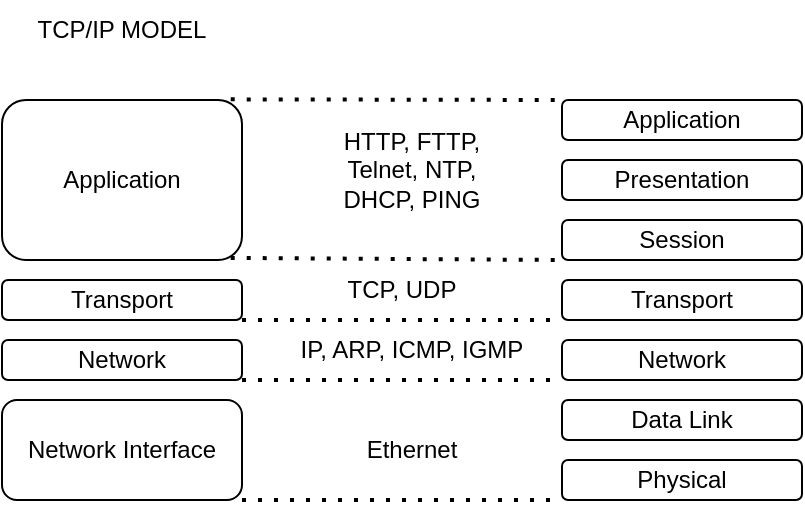
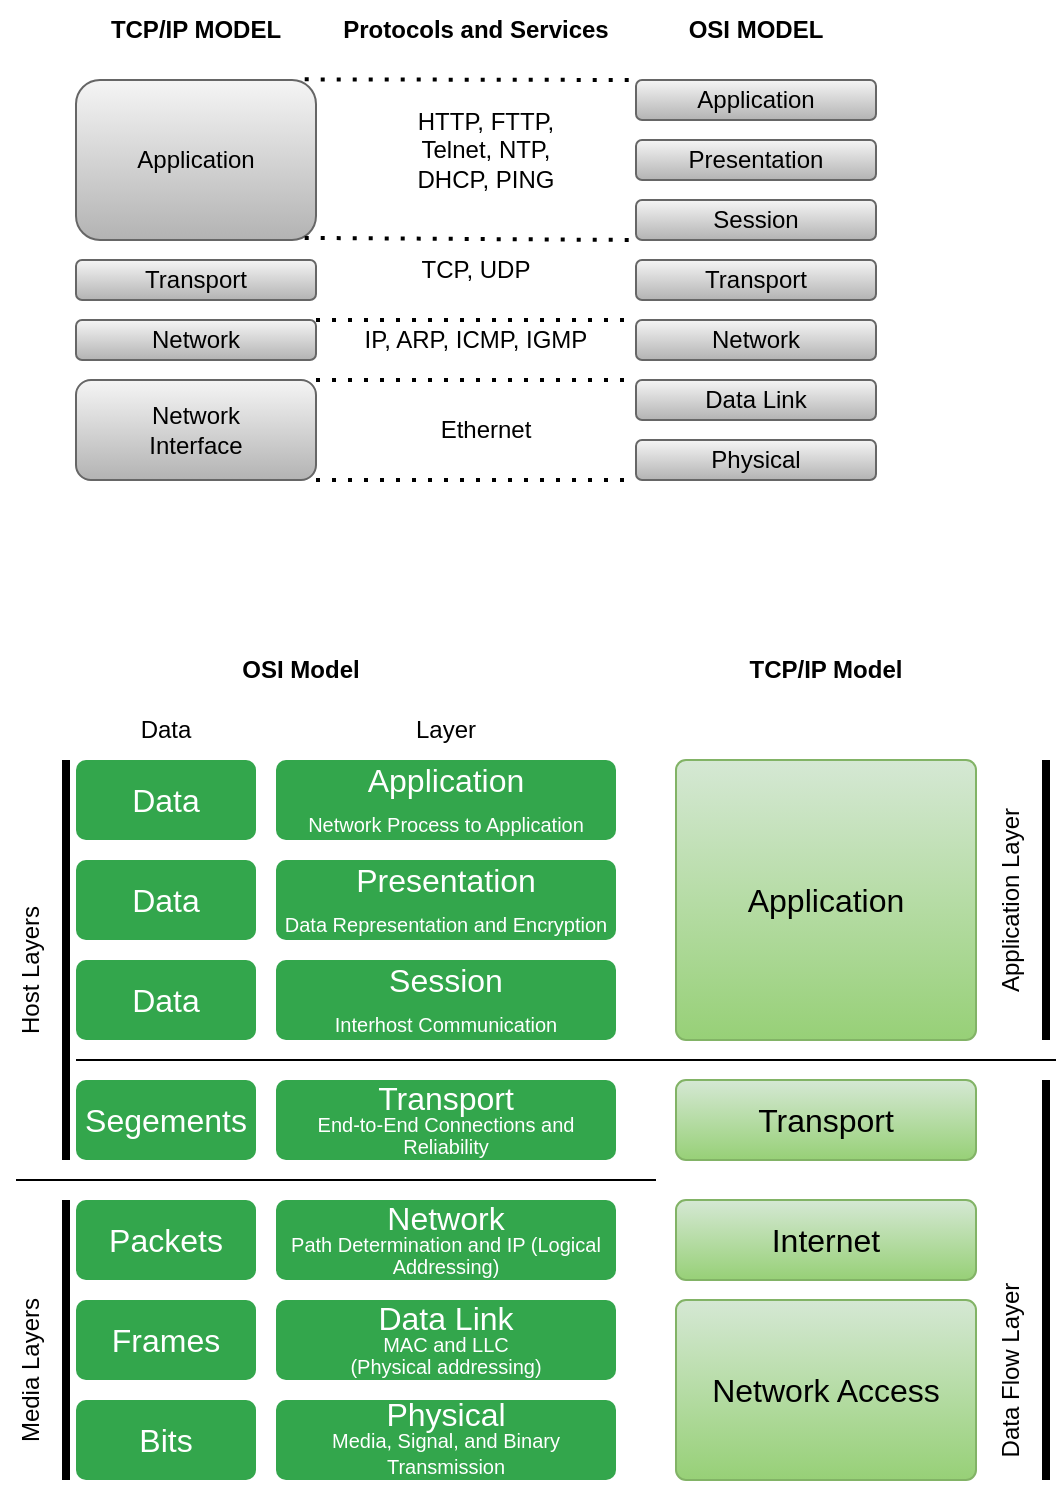
<mxfile host="app.diagrams.net">
  <diagram name="Page-1" id="wIWzl-vwFekZsLy9Qfz1">
    <mxGraphModel dx="683" dy="710" grid="1" gridSize="10" guides="1" tooltips="1" connect="1" arrows="1" fold="1" page="1" pageScale="1" pageWidth="850" pageHeight="1100" math="0" shadow="0">
      <root>
        <mxCell id="0" />
        <mxCell id="1" parent="0" />
-         <mxCell id="CW5kERHORuJ4_wIr6JIk-4" parent="1" style="text;html=1;whiteSpace=wrap;strokeColor=none;fillColor=none;align=center;verticalAlign=middle;rounded=0;" value="TCP/IP MODEL" vertex="1">
-           <mxGeometry height="30" width="100" x="80" y="40" as="geometry" />
+         <mxCell id="CW5kERHORuJ4_wIr6JIk-4" parent="1" style="text;html=1;whiteSpace=wrap;strokeColor=none;fillColor=none;align=center;verticalAlign=middle;rounded=0;fontStyle=1" value="TCP/IP MODEL" vertex="1">
+           <mxGeometry height="30" width="100" x="80" y="50" as="geometry" />
        </mxCell>
-         <mxCell id="CW5kERHORuJ4_wIr6JIk-5" parent="1" style="rounded=1;whiteSpace=wrap;html=1;" value="Application" vertex="1">
+         <mxCell id="CW5kERHORuJ4_wIr6JIk-5" parent="1" style="rounded=1;whiteSpace=wrap;html=1;fillColor=#f5f5f5;gradientColor=#b3b3b3;strokeColor=#666666;" value="Application" vertex="1">
          <mxGeometry height="80" width="120" x="70" y="90" as="geometry" />
        </mxCell>
-         <mxCell id="CW5kERHORuJ4_wIr6JIk-6" parent="1" style="rounded=1;whiteSpace=wrap;html=1;" value="Transport" vertex="1">
+         <mxCell id="CW5kERHORuJ4_wIr6JIk-6" parent="1" style="rounded=1;whiteSpace=wrap;html=1;fillColor=#f5f5f5;gradientColor=#b3b3b3;strokeColor=#666666;" value="Transport" vertex="1">
          <mxGeometry height="20" width="120" x="70" y="180" as="geometry" />
        </mxCell>
-         <mxCell id="CW5kERHORuJ4_wIr6JIk-7" parent="1" style="rounded=1;whiteSpace=wrap;html=1;" value="Network" vertex="1">
+         <mxCell id="CW5kERHORuJ4_wIr6JIk-7" parent="1" style="rounded=1;whiteSpace=wrap;html=1;fillColor=#f5f5f5;gradientColor=#b3b3b3;strokeColor=#666666;" value="Network" vertex="1">
          <mxGeometry height="20" width="120" x="70" y="210" as="geometry" />
        </mxCell>
-         <mxCell id="CW5kERHORuJ4_wIr6JIk-8" parent="1" style="rounded=1;whiteSpace=wrap;html=1;" value="Network Interface" vertex="1">
+         <mxCell id="CW5kERHORuJ4_wIr6JIk-8" parent="1" style="rounded=1;whiteSpace=wrap;html=1;fillColor=#f5f5f5;gradientColor=#b3b3b3;strokeColor=#666666;" value="Network&lt;div&gt;Interface&lt;/div&gt;" vertex="1">
          <mxGeometry height="50" width="120" x="70" y="240" as="geometry" />
        </mxCell>
-         <mxCell id="CW5kERHORuJ4_wIr6JIk-9" parent="1" style="rounded=1;whiteSpace=wrap;html=1;" value="Application" vertex="1">
+         <mxCell id="CW5kERHORuJ4_wIr6JIk-9" parent="1" style="rounded=1;whiteSpace=wrap;html=1;fillColor=#f5f5f5;gradientColor=#b3b3b3;strokeColor=#666666;" value="Application" vertex="1">
          <mxGeometry height="20" width="120" x="350" y="90" as="geometry" />
        </mxCell>
-         <mxCell id="CW5kERHORuJ4_wIr6JIk-10" parent="1" style="rounded=1;whiteSpace=wrap;html=1;" value="Presentation" vertex="1">
+         <mxCell id="CW5kERHORuJ4_wIr6JIk-10" parent="1" style="rounded=1;whiteSpace=wrap;html=1;fillColor=#f5f5f5;gradientColor=#b3b3b3;strokeColor=#666666;" value="Presentation" vertex="1">
          <mxGeometry height="20" width="120" x="350" y="120" as="geometry" />
        </mxCell>
-         <mxCell id="CW5kERHORuJ4_wIr6JIk-11" parent="1" style="rounded=1;whiteSpace=wrap;html=1;" value="Session" vertex="1">
+         <mxCell id="CW5kERHORuJ4_wIr6JIk-11" parent="1" style="rounded=1;whiteSpace=wrap;html=1;fillColor=#f5f5f5;gradientColor=#b3b3b3;strokeColor=#666666;" value="Session" vertex="1">
          <mxGeometry height="20" width="120" x="350" y="150" as="geometry" />
        </mxCell>
-         <mxCell id="CW5kERHORuJ4_wIr6JIk-12" parent="1" style="rounded=1;whiteSpace=wrap;html=1;" value="Transport" vertex="1">
+         <mxCell id="CW5kERHORuJ4_wIr6JIk-12" parent="1" style="rounded=1;whiteSpace=wrap;html=1;fillColor=#f5f5f5;gradientColor=#b3b3b3;strokeColor=#666666;" value="Transport" vertex="1">
          <mxGeometry height="20" width="120" x="350" y="180" as="geometry" />
        </mxCell>
-         <mxCell id="CW5kERHORuJ4_wIr6JIk-13" parent="1" style="rounded=1;whiteSpace=wrap;html=1;" value="Network" vertex="1">
+         <mxCell id="CW5kERHORuJ4_wIr6JIk-13" parent="1" style="rounded=1;whiteSpace=wrap;html=1;fillColor=#f5f5f5;gradientColor=#b3b3b3;strokeColor=#666666;" value="Network" vertex="1">
          <mxGeometry height="20" width="120" x="350" y="210" as="geometry" />
        </mxCell>
-         <mxCell id="CW5kERHORuJ4_wIr6JIk-14" parent="1" style="rounded=1;whiteSpace=wrap;html=1;" value="Data Link" vertex="1">
+         <mxCell id="CW5kERHORuJ4_wIr6JIk-14" parent="1" style="rounded=1;whiteSpace=wrap;html=1;fillColor=#f5f5f5;gradientColor=#b3b3b3;strokeColor=#666666;" value="Data Link" vertex="1">
          <mxGeometry height="20" width="120" x="350" y="240" as="geometry" />
        </mxCell>
-         <mxCell id="CW5kERHORuJ4_wIr6JIk-15" parent="1" style="rounded=1;whiteSpace=wrap;html=1;" value="Physical" vertex="1">
+         <mxCell id="CW5kERHORuJ4_wIr6JIk-15" parent="1" style="rounded=1;whiteSpace=wrap;html=1;fillColor=#f5f5f5;gradientColor=#b3b3b3;strokeColor=#666666;" value="Physical" vertex="1">
          <mxGeometry height="20" width="120" x="350" y="270" as="geometry" />
        </mxCell>
        <mxCell id="CW5kERHORuJ4_wIr6JIk-16" edge="1" parent="1" source="CW5kERHORuJ4_wIr6JIk-5" style="endArrow=none;dashed=1;html=1;dashPattern=1 3;strokeWidth=2;rounded=0;entryX=0;entryY=0;entryDx=0;entryDy=0;exitX=0.953;exitY=-0.004;exitDx=0;exitDy=0;exitPerimeter=0;" target="CW5kERHORuJ4_wIr6JIk-9" value="">
          <mxGeometry height="50" relative="1" width="50" as="geometry">
            <mxPoint x="210" y="110" as="sourcePoint" />
            <mxPoint x="260" y="60" as="targetPoint" />
          </mxGeometry>
        </mxCell>
        <mxCell id="CW5kERHORuJ4_wIr6JIk-17" edge="1" parent="1" source="CW5kERHORuJ4_wIr6JIk-5" style="endArrow=none;dashed=1;html=1;dashPattern=1 3;strokeWidth=2;rounded=0;exitX=0.953;exitY=0.987;exitDx=0;exitDy=0;exitPerimeter=0;entryX=0;entryY=1;entryDx=0;entryDy=0;" target="CW5kERHORuJ4_wIr6JIk-11" value="">
          <mxGeometry height="50" relative="1" width="50" as="geometry">
            <mxPoint x="300" y="200" as="sourcePoint" />
            <mxPoint x="350" y="150" as="targetPoint" />
          </mxGeometry>
        </mxCell>
        <mxCell id="CW5kERHORuJ4_wIr6JIk-20" parent="1" style="text;html=1;whiteSpace=wrap;strokeColor=none;fillColor=none;align=center;verticalAlign=middle;rounded=0;" value="HTTP, FTTP, Telnet, NTP, DHCP, PING" vertex="1">
          <mxGeometry height="30" width="90" x="230" y="110" as="geometry" />
        </mxCell>
-         <mxCell id="CW5kERHORuJ4_wIr6JIk-21" edge="1" parent="1" source="CW5kERHORuJ4_wIr6JIk-6" style="endArrow=none;dashed=1;html=1;dashPattern=1 3;strokeWidth=2;rounded=0;exitX=1;exitY=1;exitDx=0;exitDy=0;entryX=0;entryY=1;entryDx=0;entryDy=0;" target="CW5kERHORuJ4_wIr6JIk-12" value="">
+         <mxCell id="CW5kERHORuJ4_wIr6JIk-21" edge="1" parent="1" source="CW5kERHORuJ4_wIr6JIk-7" style="endArrow=none;dashed=1;html=1;dashPattern=1 3;strokeWidth=2;rounded=0;exitX=1;exitY=0;exitDx=0;exitDy=0;entryX=0;entryY=0;entryDx=0;entryDy=0;" target="CW5kERHORuJ4_wIr6JIk-13" value="">
          <mxGeometry height="50" relative="1" width="50" as="geometry">
            <mxPoint x="240" y="245" as="sourcePoint" />
            <mxPoint x="290" y="195" as="targetPoint" />
          </mxGeometry>
        </mxCell>
-         <mxCell id="CW5kERHORuJ4_wIr6JIk-23" edge="1" parent="1" source="CW5kERHORuJ4_wIr6JIk-7" style="endArrow=none;dashed=1;html=1;dashPattern=1 3;strokeWidth=2;rounded=0;exitX=1;exitY=1;exitDx=0;exitDy=0;entryX=0;entryY=1;entryDx=0;entryDy=0;" target="CW5kERHORuJ4_wIr6JIk-13" value="">
+         <mxCell id="CW5kERHORuJ4_wIr6JIk-23" edge="1" parent="1" source="CW5kERHORuJ4_wIr6JIk-8" style="endArrow=none;dashed=1;html=1;dashPattern=1 3;strokeWidth=2;rounded=0;exitX=1;exitY=0;exitDx=0;exitDy=0;" value="">
          <mxGeometry height="50" relative="1" width="50" as="geometry">
            <mxPoint x="240" y="270" as="sourcePoint" />
-             <mxPoint x="400" y="270" as="targetPoint" />
+             <mxPoint x="350" y="240" as="targetPoint" />
          </mxGeometry>
        </mxCell>
        <mxCell id="CW5kERHORuJ4_wIr6JIk-24" edge="1" parent="1" source="CW5kERHORuJ4_wIr6JIk-8" style="endArrow=none;dashed=1;html=1;dashPattern=1 3;strokeWidth=2;rounded=0;exitX=1;exitY=1;exitDx=0;exitDy=0;entryX=0;entryY=1;entryDx=0;entryDy=0;" target="CW5kERHORuJ4_wIr6JIk-15" value="">
          <mxGeometry height="50" relative="1" width="50" as="geometry">
            <mxPoint x="280" y="320" as="sourcePoint" />
            <mxPoint x="440" y="320" as="targetPoint" />
          </mxGeometry>
        </mxCell>
        <mxCell id="CW5kERHORuJ4_wIr6JIk-25" parent="1" style="text;html=1;whiteSpace=wrap;strokeColor=none;fillColor=none;align=center;verticalAlign=middle;rounded=0;" value="TCP, UDP" vertex="1">
          <mxGeometry height="30" width="60" x="240" y="170" as="geometry" />
        </mxCell>
        <mxCell id="CW5kERHORuJ4_wIr6JIk-27" parent="1" style="text;html=1;whiteSpace=wrap;strokeColor=none;fillColor=none;align=center;verticalAlign=middle;rounded=0;" value="IP, ARP, ICMP, IGMP" vertex="1">
-           <mxGeometry height="30" width="120" x="215" y="200" as="geometry" />
+           <mxGeometry height="30" width="120" x="210" y="205" as="geometry" />
        </mxCell>
        <mxCell id="CW5kERHORuJ4_wIr6JIk-28" parent="1" style="text;html=1;whiteSpace=wrap;strokeColor=none;fillColor=none;align=center;verticalAlign=middle;rounded=0;" value="Ethernet" vertex="1">
          <mxGeometry height="30" width="120" x="215" y="250" as="geometry" />
+         </mxCell>
+         <mxCell id="CW5kERHORuJ4_wIr6JIk-29" parent="1" style="text;html=1;whiteSpace=wrap;strokeColor=none;fillColor=none;align=center;verticalAlign=middle;rounded=0;fontStyle=1" value="Protocols and Services" vertex="1">
+           <mxGeometry height="30" width="160" x="190" y="50" as="geometry" />
+         </mxCell>
+         <mxCell id="CW5kERHORuJ4_wIr6JIk-30" parent="1" style="text;html=1;whiteSpace=wrap;strokeColor=none;fillColor=none;align=center;verticalAlign=middle;rounded=0;fontStyle=1" value="OSI MODEL" vertex="1">
+           <mxGeometry height="30" width="100" x="360" y="50" as="geometry" />
+         </mxCell>
+         <mxCell id="CW5kERHORuJ4_wIr6JIk-31" parent="1" style="html=1;shadow=0;dashed=0;shape=mxgraph.bootstrap.rrect;rSize=5;strokeColor=none;strokeWidth=1;fillColor=#33A64C;fontColor=#FFFFFF;whiteSpace=wrap;align=center;verticalAlign=middle;spacingLeft=0;fontStyle=0;fontSize=16;spacing=5;" value="Data" vertex="1">
+           <mxGeometry height="40" width="90" x="70" y="430" as="geometry" />
+         </mxCell>
+         <mxCell id="CW5kERHORuJ4_wIr6JIk-32" parent="1" style="text;html=1;whiteSpace=wrap;strokeColor=none;fillColor=none;align=center;verticalAlign=middle;rounded=0;" value="&lt;b&gt;OSI Model&lt;/b&gt;" vertex="1">
+           <mxGeometry height="30" width="75" x="145" y="370" as="geometry" />
+         </mxCell>
+         <mxCell id="CW5kERHORuJ4_wIr6JIk-33" parent="1" style="html=1;shadow=0;dashed=0;shape=mxgraph.bootstrap.rrect;rSize=5;strokeColor=none;strokeWidth=1;fillColor=#33A64C;fontColor=#FFFFFF;whiteSpace=wrap;align=center;verticalAlign=middle;spacingLeft=0;fontStyle=0;fontSize=16;spacing=5;" value="Application&lt;div&gt;&lt;font style=&quot;font-size: 10px;&quot;&gt;Network Process to Application&lt;/font&gt;&lt;/div&gt;" vertex="1">
+           <mxGeometry height="40" width="170" x="170" y="430" as="geometry" />
+         </mxCell>
+         <mxCell id="CW5kERHORuJ4_wIr6JIk-34" parent="1" style="html=1;shadow=0;dashed=0;shape=mxgraph.bootstrap.rrect;rSize=5;strokeColor=none;strokeWidth=1;fillColor=#33A64C;fontColor=#FFFFFF;whiteSpace=wrap;align=center;verticalAlign=middle;spacingLeft=0;fontStyle=0;fontSize=16;spacing=5;" value="Data" vertex="1">
+           <mxGeometry height="40" width="90" x="70" y="480" as="geometry" />
+         </mxCell>
+         <mxCell id="CW5kERHORuJ4_wIr6JIk-35" parent="1" style="html=1;shadow=0;dashed=0;shape=mxgraph.bootstrap.rrect;rSize=5;strokeColor=none;strokeWidth=1;fillColor=#33A64C;fontColor=#FFFFFF;whiteSpace=wrap;align=center;verticalAlign=middle;spacingLeft=0;fontStyle=0;fontSize=16;spacing=5;" value="Presentation&lt;div&gt;&lt;font style=&quot;font-size: 10px;&quot;&gt;Data Representation and Encryption&lt;/font&gt;&lt;/div&gt;" vertex="1">
+           <mxGeometry height="40" width="170" x="170" y="480" as="geometry" />
+         </mxCell>
+         <mxCell id="CW5kERHORuJ4_wIr6JIk-36" parent="1" style="html=1;shadow=0;dashed=0;shape=mxgraph.bootstrap.rrect;rSize=5;strokeColor=none;strokeWidth=1;fillColor=#33A64C;fontColor=#FFFFFF;whiteSpace=wrap;align=center;verticalAlign=middle;spacingLeft=0;fontStyle=0;fontSize=16;spacing=5;" value="Data" vertex="1">
+           <mxGeometry height="40" width="90" x="70" y="530" as="geometry" />
+         </mxCell>
+         <mxCell id="CW5kERHORuJ4_wIr6JIk-37" parent="1" style="html=1;shadow=0;dashed=0;shape=mxgraph.bootstrap.rrect;rSize=5;strokeColor=none;strokeWidth=1;fillColor=#33A64C;fontColor=#FFFFFF;whiteSpace=wrap;align=center;verticalAlign=middle;spacingLeft=0;fontStyle=0;fontSize=16;spacing=5;" value="Session&lt;div&gt;&lt;font style=&quot;font-size: 10px;&quot;&gt;Interhost Communication&lt;/font&gt;&lt;/div&gt;" vertex="1">
+           <mxGeometry height="40" width="170" x="170" y="530" as="geometry" />
+         </mxCell>
+         <mxCell id="CW5kERHORuJ4_wIr6JIk-38" parent="1" style="html=1;shadow=0;dashed=0;shape=mxgraph.bootstrap.rrect;rSize=5;strokeColor=#82b366;strokeWidth=1;fillColor=#d5e8d4;whiteSpace=wrap;align=center;verticalAlign=middle;spacingLeft=0;fontStyle=0;fontSize=16;spacing=5;gradientColor=#97d077;" value="Application" vertex="1">
+           <mxGeometry height="140" width="150" x="370" y="430" as="geometry" />
+         </mxCell>
+         <mxCell id="CW5kERHORuJ4_wIr6JIk-39" edge="1" parent="1" style="endArrow=none;html=1;rounded=0;strokeColor=light-dark(#000000,#FF0303);" value="">
+           <mxGeometry height="50" relative="1" width="50" as="geometry">
+             <mxPoint x="70" y="580" as="sourcePoint" />
+             <mxPoint x="560" y="580" as="targetPoint" />
+           </mxGeometry>
+         </mxCell>
+         <mxCell id="CW5kERHORuJ4_wIr6JIk-40" parent="1" style="text;html=1;whiteSpace=wrap;strokeColor=none;fillColor=none;align=center;verticalAlign=middle;rounded=0;" value="Layer" vertex="1">
+           <mxGeometry height="30" width="60" x="225" y="400" as="geometry" />
+         </mxCell>
+         <mxCell id="CW5kERHORuJ4_wIr6JIk-41" parent="1" style="text;html=1;whiteSpace=wrap;strokeColor=none;fillColor=none;align=center;verticalAlign=middle;rounded=0;" value="Data" vertex="1">
+           <mxGeometry height="30" width="60" x="85" y="400" as="geometry" />
+         </mxCell>
+         <mxCell id="CW5kERHORuJ4_wIr6JIk-42" parent="1" style="text;html=1;whiteSpace=wrap;strokeColor=none;fillColor=none;align=center;verticalAlign=middle;rounded=0;" value="&lt;b&gt;TCP/IP Model&lt;/b&gt;" vertex="1">
+           <mxGeometry height="30" width="80" x="405" y="370" as="geometry" />
+         </mxCell>
+         <mxCell id="CW5kERHORuJ4_wIr6JIk-43" parent="1" style="html=1;shadow=0;dashed=0;shape=mxgraph.bootstrap.rrect;rSize=5;strokeColor=none;strokeWidth=1;fillColor=light-dark(#33A64C, #8cff00);fontColor=#FFFFFF;whiteSpace=wrap;align=center;verticalAlign=middle;spacingLeft=0;fontStyle=0;fontSize=16;spacing=5;" value="Segements" vertex="1">
+           <mxGeometry height="40" width="90" x="70" y="590" as="geometry" />
+         </mxCell>
+         <mxCell id="CW5kERHORuJ4_wIr6JIk-44" parent="1" style="html=1;shadow=0;dashed=0;shape=mxgraph.bootstrap.rrect;rSize=5;strokeColor=none;strokeWidth=1;fillColor=light-dark(#33A64C, #8cff00);fontColor=#FFFFFF;whiteSpace=wrap;align=center;verticalAlign=middle;spacingLeft=0;fontStyle=0;fontSize=16;spacing=5;" value="&lt;div style=&quot;line-height: 70%;&quot;&gt;Transport&lt;br&gt;&lt;div&gt;&lt;font style=&quot;font-size: 10px; line-height: 70%;&quot;&gt;End-to-End Connections and Reliability&lt;/font&gt;&lt;/div&gt;&lt;/div&gt;" vertex="1">
+           <mxGeometry height="40" width="170" x="170" y="590" as="geometry" />
+         </mxCell>
+         <mxCell id="CW5kERHORuJ4_wIr6JIk-45" parent="1" style="html=1;shadow=0;dashed=0;shape=mxgraph.bootstrap.rrect;rSize=5;strokeColor=#82b366;strokeWidth=1;fillColor=#d5e8d4;whiteSpace=wrap;align=center;verticalAlign=middle;spacingLeft=0;fontStyle=0;fontSize=16;spacing=5;gradientColor=#97d077;" value="Transport" vertex="1">
+           <mxGeometry height="40" width="150" x="370" y="590" as="geometry" />
+         </mxCell>
+         <mxCell id="CW5kERHORuJ4_wIr6JIk-46" edge="1" parent="1" style="endArrow=none;html=1;rounded=0;strokeColor=light-dark(#000000,#FF0303);" value="">
+           <mxGeometry height="50" relative="1" width="50" as="geometry">
+             <mxPoint x="40" y="640" as="sourcePoint" />
+             <mxPoint x="360" y="640" as="targetPoint" />
+           </mxGeometry>
+         </mxCell>
+         <mxCell id="CW5kERHORuJ4_wIr6JIk-49" parent="1" style="html=1;shadow=0;dashed=0;shape=mxgraph.bootstrap.rrect;rSize=5;strokeColor=none;strokeWidth=1;fillColor=light-dark(#33A64C,#FFFF33);fontColor=#FFFFFF;whiteSpace=wrap;align=center;verticalAlign=middle;spacingLeft=0;fontStyle=0;fontSize=16;spacing=5;" value="Packets" vertex="1">
+           <mxGeometry height="40" width="90" x="70" y="650" as="geometry" />
+         </mxCell>
+         <mxCell id="CW5kERHORuJ4_wIr6JIk-50" parent="1" style="html=1;shadow=0;dashed=0;shape=mxgraph.bootstrap.rrect;rSize=5;strokeColor=none;strokeWidth=1;fillColor=light-dark(#33A64C,#FFFF33);fontColor=#FFFFFF;whiteSpace=wrap;align=center;verticalAlign=middle;spacingLeft=0;fontStyle=0;fontSize=16;spacing=5;" value="&lt;div style=&quot;line-height: 70%;&quot;&gt;Network&lt;br&gt;&lt;div&gt;&lt;font style=&quot;font-size: 10px; line-height: 70%;&quot;&gt;Path Determination and IP (Logical Addressing)&lt;/font&gt;&lt;/div&gt;&lt;/div&gt;" vertex="1">
+           <mxGeometry height="40" width="170" x="170" y="650" as="geometry" />
+         </mxCell>
+         <mxCell id="CW5kERHORuJ4_wIr6JIk-51" parent="1" style="html=1;shadow=0;dashed=0;shape=mxgraph.bootstrap.rrect;rSize=5;strokeColor=#82b366;strokeWidth=1;fillColor=#d5e8d4;whiteSpace=wrap;align=center;verticalAlign=middle;spacingLeft=0;fontStyle=0;fontSize=16;spacing=5;gradientColor=#97d077;" value="Internet" vertex="1">
+           <mxGeometry height="40" width="150" x="370" y="650" as="geometry" />
+         </mxCell>
+         <mxCell id="CW5kERHORuJ4_wIr6JIk-52" parent="1" style="html=1;shadow=0;dashed=0;shape=mxgraph.bootstrap.rrect;rSize=5;strokeColor=#82b366;strokeWidth=1;fillColor=#d5e8d4;whiteSpace=wrap;align=center;verticalAlign=middle;spacingLeft=0;fontStyle=0;fontSize=16;spacing=5;gradientColor=#97d077;" value="Network Access" vertex="1">
+           <mxGeometry height="90" width="150" x="370" y="700" as="geometry" />
+         </mxCell>
+         <mxCell id="CW5kERHORuJ4_wIr6JIk-53" parent="1" style="html=1;shadow=0;dashed=0;shape=mxgraph.bootstrap.rrect;rSize=5;strokeColor=none;strokeWidth=1;fillColor=light-dark(#33A64C,#FF8000);fontColor=#FFFFFF;whiteSpace=wrap;align=center;verticalAlign=middle;spacingLeft=0;fontStyle=0;fontSize=16;spacing=5;" value="Frames" vertex="1">
+           <mxGeometry height="40" width="90" x="70" y="700" as="geometry" />
+         </mxCell>
+         <mxCell id="CW5kERHORuJ4_wIr6JIk-54" parent="1" style="html=1;shadow=0;dashed=0;shape=mxgraph.bootstrap.rrect;rSize=5;strokeColor=none;strokeWidth=1;fillColor=light-dark(#33A64C,#FF8000);fontColor=#FFFFFF;whiteSpace=wrap;align=center;verticalAlign=middle;spacingLeft=0;fontStyle=0;fontSize=16;spacing=5;" value="&lt;div style=&quot;line-height: 70%;&quot;&gt;Data Link&lt;br&gt;&lt;div&gt;&lt;font style=&quot;font-size: 10px; line-height: 70%;&quot;&gt;MAC and LLC&lt;/font&gt;&lt;/div&gt;&lt;div&gt;&lt;font style=&quot;font-size: 10px; line-height: 70%;&quot;&gt;(Physical addressing)&lt;/font&gt;&lt;/div&gt;&lt;/div&gt;" vertex="1">
+           <mxGeometry height="40" width="170" x="170" y="700" as="geometry" />
+         </mxCell>
+         <mxCell id="CW5kERHORuJ4_wIr6JIk-56" parent="1" style="text;html=1;whiteSpace=wrap;strokeColor=none;fillColor=none;align=center;verticalAlign=middle;rounded=0;rotation=-90;" value="Host Layers" vertex="1">
+           <mxGeometry height="30" width="135" x="-20" y="520" as="geometry" />
+         </mxCell>
+         <mxCell id="CW5kERHORuJ4_wIr6JIk-57" parent="1" style="line;strokeWidth=4;direction=south;html=1;perimeter=backbonePerimeter;points=[];outlineConnect=0;" value="" vertex="1">
+           <mxGeometry height="200" width="10" x="60" y="430" as="geometry" />
+         </mxCell>
+         <mxCell id="CW5kERHORuJ4_wIr6JIk-58" parent="1" style="line;strokeWidth=4;direction=south;html=1;perimeter=backbonePerimeter;points=[];outlineConnect=0;" value="" vertex="1">
+           <mxGeometry height="140" width="10" x="60" y="650" as="geometry" />
+         </mxCell>
+         <mxCell id="CW5kERHORuJ4_wIr6JIk-59" parent="1" style="line;strokeWidth=4;direction=south;html=1;perimeter=backbonePerimeter;points=[];outlineConnect=0;" value="" vertex="1">
+           <mxGeometry height="140" width="10" x="550" y="430" as="geometry" />
+         </mxCell>
+         <mxCell id="CW5kERHORuJ4_wIr6JIk-60" parent="1" style="line;strokeWidth=4;direction=south;html=1;perimeter=backbonePerimeter;points=[];outlineConnect=0;" value="" vertex="1">
+           <mxGeometry height="200" width="10" x="550" y="590" as="geometry" />
+         </mxCell>
+         <mxCell id="CW5kERHORuJ4_wIr6JIk-61" parent="1" style="text;html=1;whiteSpace=wrap;strokeColor=none;fillColor=none;align=center;verticalAlign=middle;rounded=0;rotation=-90;" value="Media Layers" vertex="1">
+           <mxGeometry height="30" width="95" y="720" as="geometry" />
+         </mxCell>
+         <mxCell id="CW5kERHORuJ4_wIr6JIk-62" parent="1" style="text;html=1;whiteSpace=wrap;strokeColor=none;fillColor=none;align=center;verticalAlign=middle;rounded=0;rotation=-90;" value="Application Layer" vertex="1">
+           <mxGeometry height="30" width="135" x="470" y="485" as="geometry" />
+         </mxCell>
+         <mxCell id="CW5kERHORuJ4_wIr6JIk-63" parent="1" style="text;html=1;whiteSpace=wrap;strokeColor=none;fillColor=none;align=center;verticalAlign=middle;rounded=0;rotation=-90;" value="Data Flow Layer" vertex="1">
+           <mxGeometry height="30" width="115" x="480" y="720" as="geometry" />
+         </mxCell>
+         <mxCell id="CW5kERHORuJ4_wIr6JIk-64" parent="1" style="html=1;shadow=0;dashed=0;shape=mxgraph.bootstrap.rrect;rSize=5;strokeColor=none;strokeWidth=1;fillColor=light-dark(#33A64C, #ff0000);fontColor=#FFFFFF;whiteSpace=wrap;align=center;verticalAlign=middle;spacingLeft=0;fontStyle=0;fontSize=16;spacing=5;" value="Bits" vertex="1">
+           <mxGeometry height="40" width="90" x="70" y="750" as="geometry" />
+         </mxCell>
+         <mxCell id="CW5kERHORuJ4_wIr6JIk-65" parent="1" style="html=1;shadow=0;dashed=0;shape=mxgraph.bootstrap.rrect;rSize=5;strokeColor=none;strokeWidth=1;fillColor=light-dark(#33A64C, #ff0000);fontColor=#FFFFFF;whiteSpace=wrap;align=center;verticalAlign=middle;spacingLeft=0;fontStyle=0;fontSize=16;spacing=5;" value="&lt;div style=&quot;line-height: 70%;&quot;&gt;Physical&lt;br&gt;&lt;div&gt;&lt;span style=&quot;font-size: 10px;&quot;&gt;Media, Signal, and Binary Transmission&lt;/span&gt;&lt;/div&gt;&lt;/div&gt;" vertex="1">
+           <mxGeometry height="40" width="170" x="170" y="750" as="geometry" />
        </mxCell>
      </root>
    </mxGraphModel>
  </diagram>
</mxfile>
